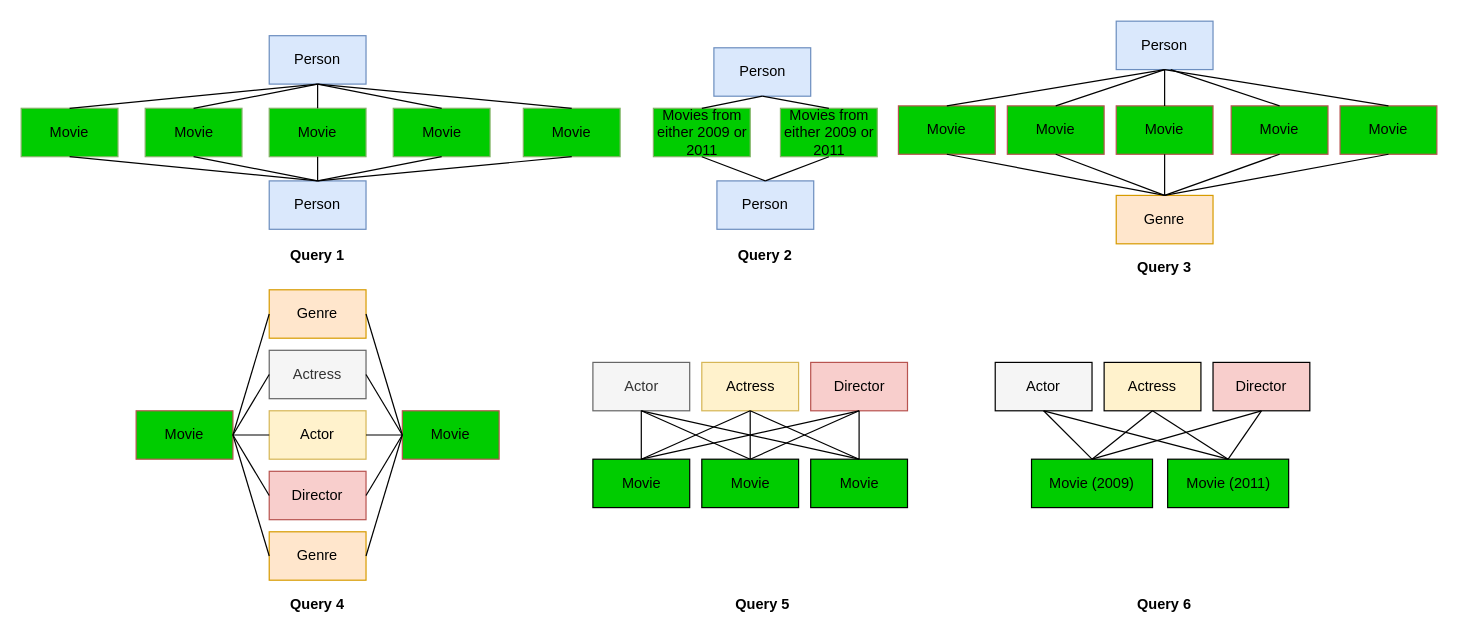
This is Images/query1.drawio from asystemsguy/parellel_computing_report, a draw.io file, before an edit. Source tidied: cells renumbered, new cells numbered last; positions are measured from the earlier drawing's top-left corner, leaving out a move shared by most shapes. Both pictures are drawn from the tidied source at 121%, with x=0, y=0 at pixel (21, 21).
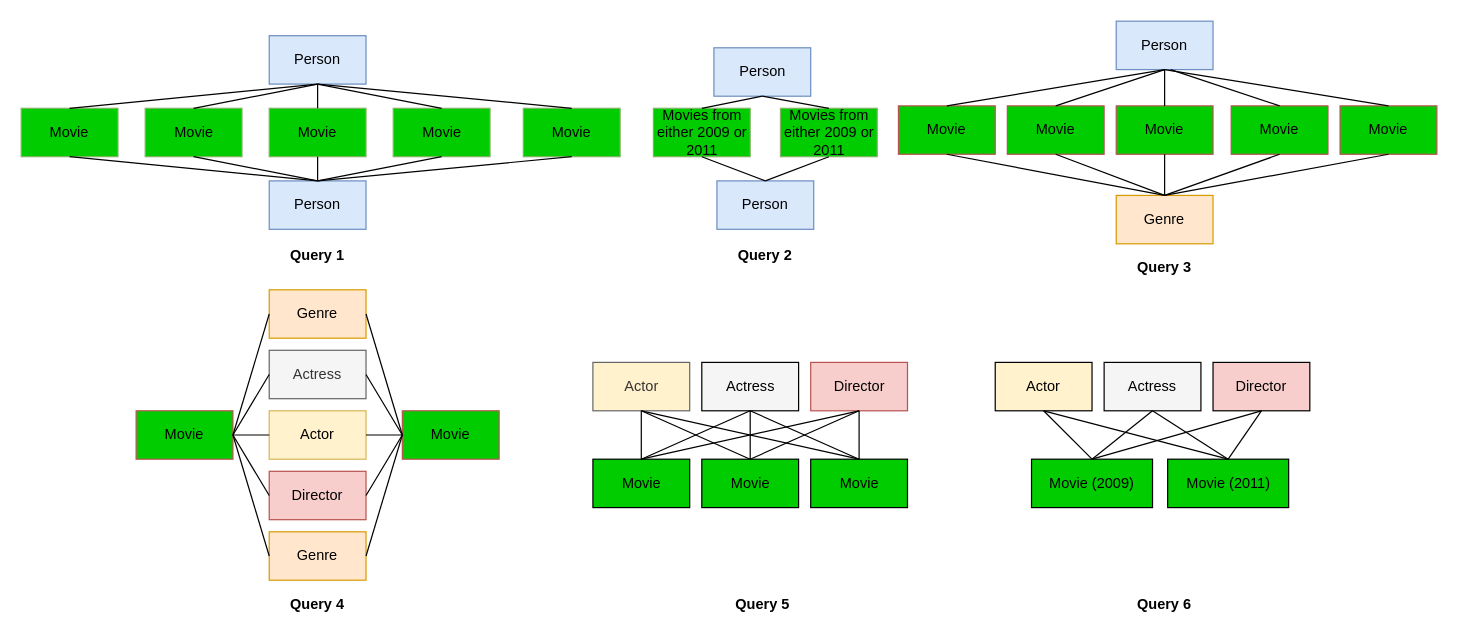
The same page after the edit.

The edit, as a diff of the source:
```diff
@@
-    <mxCell id="44" value="Actor" style="rounded=0;whiteSpace=wrap;html=1;fillColor=#f5f5f5;strokeColor=#666666;fontColor=#333333;" parent="1" vertex="1">
+    <mxCell id="44" value="Actor" style="rounded=0;whiteSpace=wrap;html=1;fillColor=#FFF2CC;strokeColor=#666666;fontColor=#333333;" parent="1" vertex="1">
       <mxGeometry x="472.5" y="282" width="80" height="40" as="geometry" />
     </mxCell>
-    <mxCell id="45" value="Actress" style="rounded=0;whiteSpace=wrap;html=1;fillColor=#fff2cc;strokeColor=#d6b656;" parent="1" vertex="1">
+    <mxCell id="45" value="Actress" style="rounded=0;whiteSpace=wrap;html=1;fillColor=#F5F5F5;strokeColor=#000000;" parent="1" vertex="1">
       <mxGeometry x="562.5" y="282" width="80" height="40" as="geometry" />
     </mxCell>
@@
-    <mxCell id="59" value="Actor" style="rounded=0;whiteSpace=wrap;html=1;fillColor=#F5F5F5;" parent="1" vertex="1">
+    <mxCell id="59" value="Actor" style="rounded=0;whiteSpace=wrap;html=1;fillColor=#FFF2CC;" parent="1" vertex="1">
       <mxGeometry x="805" y="282" width="80" height="40" as="geometry" />
     </mxCell>
-    <mxCell id="60" value="Actress" style="rounded=0;whiteSpace=wrap;html=1;fillColor=#FFF2CC;" parent="1" vertex="1">
+    <mxCell id="60" value="Actress" style="rounded=0;whiteSpace=wrap;html=1;fillColor=#F5F5F5;" parent="1" vertex="1">
       <mxGeometry x="895" y="282" width="80" height="40" as="geometry" />
     </mxCell>
```
